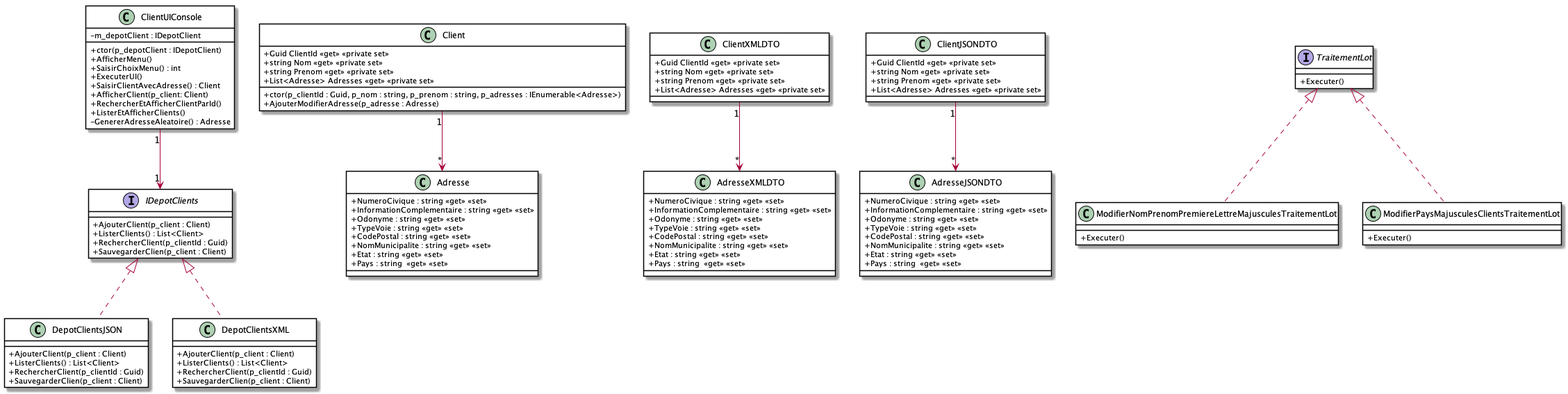
PiFou86/420-W30-SF keeps this PlantUML diagram as images/Module06_Formats_Echanges/diag/src/DiagExerciceClients/DiagClassesClients.png. Above is the earlier version.
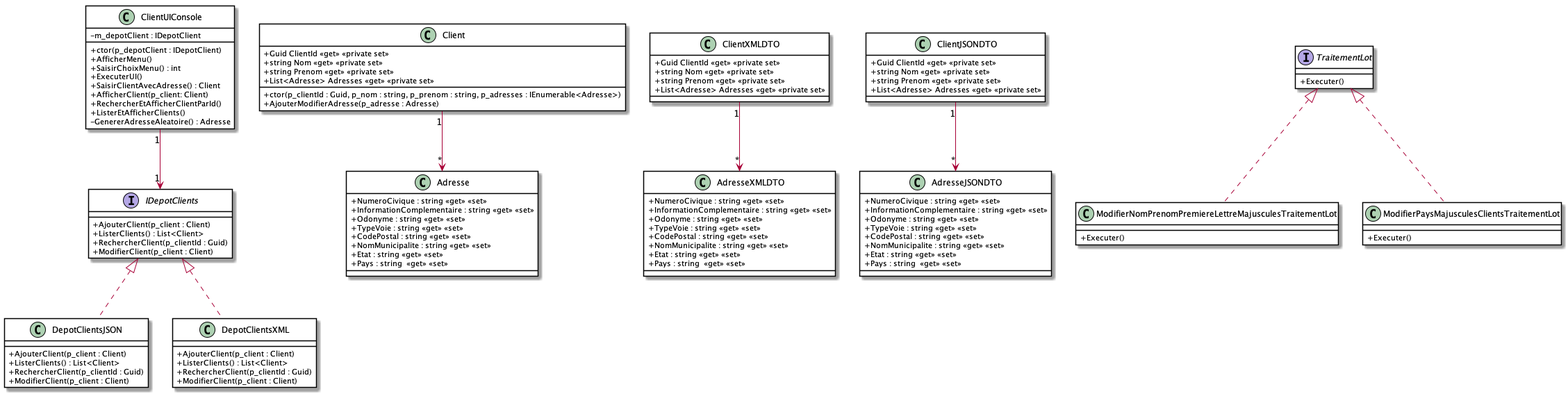
After the change.

Change to the diagram source:
```diff
@@ -21,21 +21,21 @@
     + AjouterClient(p_client : Client)
     + ListerClients() : List<Client>
     + RechercherClient(p_clientId : Guid)
-    + SauvegarderClien(p_client : Client)
+    + ModifierClient(p_client : Client)
 }
 
 class DepotClientsXML {
     + AjouterClient(p_client : Client)
     + ListerClients() : List<Client>
     + RechercherClient(p_clientId : Guid)
-    + SauvegarderClien(p_client : Client)
+    + ModifierClient(p_client : Client)
 }
 
 class DepotClientsJSON {
     + AjouterClient(p_client : Client)
     + ListerClients() : List<Client>
     + RechercherClient(p_clientId : Guid)
-    + SauvegarderClien(p_client : Client)
+    + ModifierClient(p_client : Client)
 }
 
 class Client {
```
